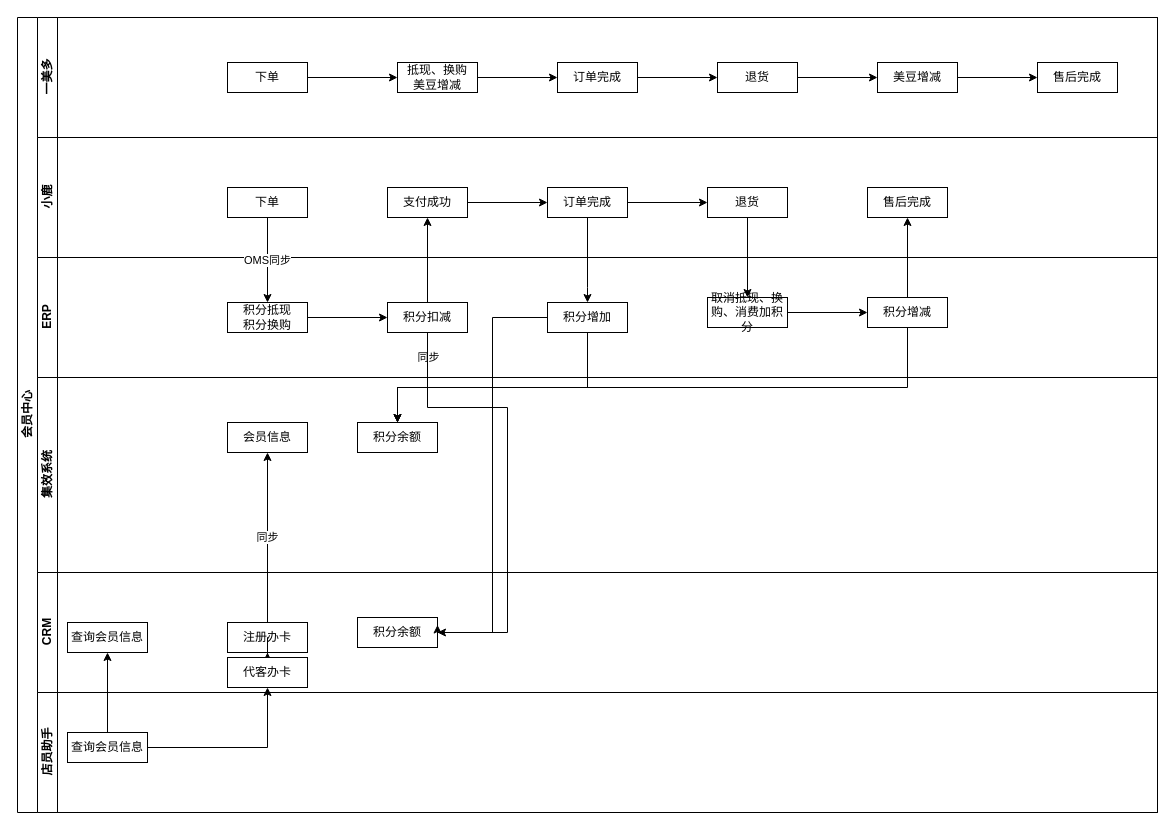
This is page "Page-1" (1 of 2) of 会员.drawio from JustDoItHilary/HilarysTraining, a draw.io file, before an edit. Source tidied: cells renumbered, new cells numbered last; positions are measured from the earlier drawing's top-left corner, leaving out a move shared by most shapes. Both pictures are drawn from the tidied source at 100%, with x=0, y=0 at pixel (17, 17).
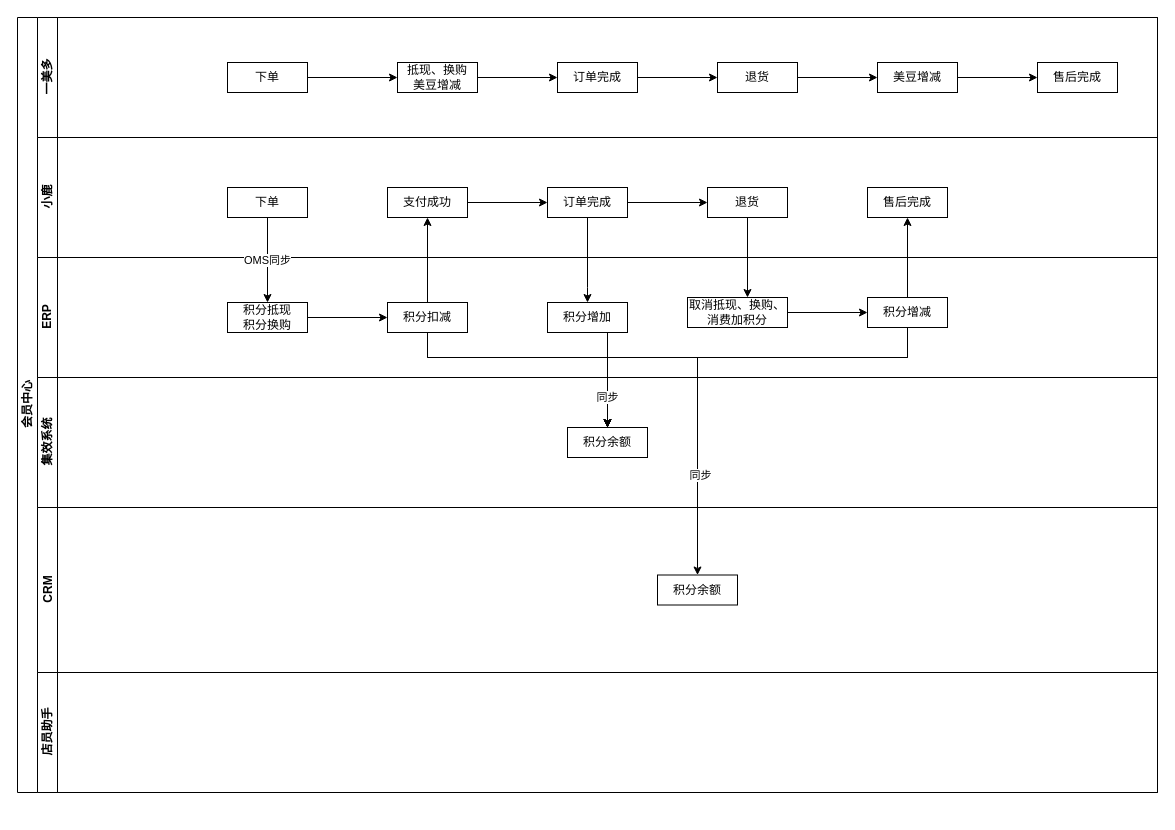
The same page after the edit.

Unchanged cells that the change refers to:
```xml
<mxCell id="7" value="支付成功" style="rounded=0;whiteSpace=wrap;html=1;" parent="5" vertex="1">
  <mxGeometry x="350" y="50" width="80" height="30" as="geometry" />
</mxCell>
<mxCell id="8" value="ERP" style="swimlane;html=1;startSize=20;horizontal=0;" parent="2" vertex="1">
  <mxGeometry x="20" y="240" width="1120" height="120" as="geometry" />
</mxCell>
<mxCell id="10" value="积分扣减" style="rounded=0;whiteSpace=wrap;html=1;" parent="8" vertex="1">
  <mxGeometry x="350" y="45" width="80" height="30" as="geometry" />
</mxCell>
<mxCell id="49" value="退货" style="rounded=0;whiteSpace=wrap;html=1;" parent="1" vertex="1">
  <mxGeometry x="690" y="170" width="80" height="30" as="geometry" />
</mxCell>
<mxCell id="54" value="积分增减" style="rounded=0;whiteSpace=wrap;html=1;" parent="1" vertex="1">
  <mxGeometry x="850" y="280" width="80" height="30" as="geometry" />
</mxCell>
```

The edit, as a diff of the source:
```diff
@@
     <mxCell id="2" value="会员中心" style="swimlane;html=1;horizontal=0;startSize=20;" parent="1" vertex="1">
-      <mxGeometry width="1140" height="795" as="geometry" />
+      <mxGeometry width="1140" height="775" as="geometry" />
     </mxCell>
@@
+    <mxCell id="12" value="积分增加" style="rounded=0;whiteSpace=wrap;html=1;" parent="8" vertex="1">
+      <mxGeometry x="510" y="45" width="80" height="30" as="geometry" />
+    </mxCell>
@@
-    <mxCell id="12" value="积分增加" style="rounded=0;whiteSpace=wrap;html=1;" parent="8" vertex="1">
-      <mxGeometry x="510" y="45" width="80" height="30" as="geometry" />
-    </mxCell>
     <mxCell id="13" value="集效系统" style="swimlane;html=1;startSize=20;horizontal=0;" parent="2" vertex="1">
-      <mxGeometry x="20" y="360" width="1120" height="195" as="geometry" />
+      <mxGeometry x="20" y="360" width="1120" height="130" as="geometry" />
     </mxCell>
     <mxCell id="14" value="积分余额" style="rounded=0;whiteSpace=wrap;html=1;" parent="13" vertex="1">
-      <mxGeometry x="320" y="45" width="80" height="30" as="geometry" />
+      <mxGeometry x="530" y="50" width="80" height="30" as="geometry" />
     </mxCell>
-    <mxCell id="15" value="会员信息" style="rounded=0;whiteSpace=wrap;html=1;" parent="13" vertex="1">
-      <mxGeometry x="190" y="45" width="80" height="30" as="geometry" />
-    </mxCell>
     <mxCell id="16" value="CRM" style="swimlane;html=1;startSize=20;horizontal=0;" parent="2" vertex="1">
-      <mxGeometry x="20" y="555" width="1120" height="120" as="geometry" />
+      <mxGeometry x="20" y="490" width="1120" height="165" as="geometry" />
     </mxCell>
     <mxCell id="17" value="积分余额" style="rounded=0;whiteSpace=wrap;html=1;" parent="16" vertex="1">
-      <mxGeometry x="320" y="45" width="80" height="30" as="geometry" />
+      <mxGeometry x="620" y="67.5" width="80" height="30" as="geometry" />
     </mxCell>
-    <mxCell id="18" value="查询会员信息" style="rounded=0;whiteSpace=wrap;html=1;" parent="16" vertex="1">
-      <mxGeometry x="30" y="50" width="80" height="30" as="geometry" />
-    </mxCell>
-    <mxCell id="19" value="注册办卡" style="rounded=0;whiteSpace=wrap;html=1;" parent="16" vertex="1">
-      <mxGeometry x="190" y="50" width="80" height="30" as="geometry" />
-    </mxCell>
     <mxCell id="20" value="店员助手" style="swimlane;html=1;startSize=20;horizontal=0;" parent="2" vertex="1">
-      <mxGeometry x="20" y="675" width="1120" height="120" as="geometry" />
+      <mxGeometry x="20" y="655" width="1120" height="120" as="geometry" />
     </mxCell>
-    <mxCell id="21" value="查询会员信息" style="rounded=0;whiteSpace=wrap;html=1;" parent="20" vertex="1">
-      <mxGeometry x="30" y="40" width="80" height="30" as="geometry" />
-    </mxCell>
@@
-    <mxCell id="23" style="edgeStyle=orthogonalEdgeStyle;rounded=0;jettySize=auto;html=1;" parent="2" edge="1" source="21" target="18">
-      <mxGeometry relative="1" as="geometry" />
-    </mxCell>
-    <mxCell id="24" value="同步" style="edgeStyle=orthogonalEdgeStyle;rounded=0;jettySize=auto;html=1;" parent="2" edge="1" source="19" target="15">
-      <mxGeometry relative="1" as="geometry" />
-    </mxCell>
+    <mxCell id="27" style="edgeStyle=orthogonalEdgeStyle;rounded=0;jettySize=auto;html=1;" parent="2" edge="1" source="10" target="7">
+      <mxGeometry relative="1" as="geometry" />
+    </mxCell>
-    <mxCell id="25" style="edgeStyle=orthogonalEdgeStyle;rounded=0;jettySize=auto;html=1;exitX=0.5;exitY=1;exitDx=0;exitDy=0;" parent="2" edge="1" source="10" target="14">
+    <mxCell id="25" style="edgeStyle=orthogonalEdgeStyle;rounded=0;jettySize=auto;html=1;entryX=0.5;entryY=0;entryDx=0;entryDy=0;" parent="2" edge="1" source="10" target="14">
       <mxGeometry relative="1" as="geometry">
         <Array as="points">
-          <mxPoint x="410" y="370" />
-          <mxPoint x="380" y="370" />
+          <mxPoint x="410" y="340" />
+          <mxPoint x="590" y="340" />
         </Array>
       </mxGeometry>
     </mxCell>
-    <mxCell id="26" value="同步" style="edgeLabel;html=1;align=center;verticalAlign=middle;" parent="25" vertex="1">
-      <mxGeometry x="-0.13" y="2" relative="1" as="geometry">
-        <mxPoint x="-2" y="-27.4" as="offset" />
-      </mxGeometry>
-    </mxCell>
-    <mxCell id="27" style="edgeStyle=orthogonalEdgeStyle;rounded=0;jettySize=auto;html=1;" parent="2" edge="1" source="10" target="7">
-      <mxGeometry relative="1" as="geometry" />
-    </mxCell>
-    <mxCell id="28" style="edgeStyle=orthogonalEdgeStyle;rounded=0;jettySize=auto;html=1;entryX=0.5;entryY=0;entryDx=0;entryDy=0;" parent="2" edge="1" source="12" target="14">
+    <mxCell id="28" style="edgeStyle=orthogonalEdgeStyle;rounded=0;jettySize=auto;html=1;exitX=0.5;exitY=1;exitDx=0;exitDy=0;entryX=0.5;entryY=0;entryDx=0;entryDy=0;" parent="2" edge="1" source="12" target="14">
       <mxGeometry relative="1" as="geometry">
         <Array as="points">
-          <mxPoint x="570" y="370" />
-          <mxPoint x="380" y="370" />
+          <mxPoint x="590" y="315" />
         </Array>
       </mxGeometry>
     </mxCell>
-    <mxCell id="29" style="edgeStyle=orthogonalEdgeStyle;rounded=0;jettySize=auto;html=1;entryX=1;entryY=0.5;entryDx=0;entryDy=0;" parent="2" edge="1" source="10" target="17">
-      <mxGeometry relative="1" as="geometry">
-        <Array as="points">
-          <mxPoint x="410" y="390" />
-          <mxPoint x="490" y="390" />
-          <mxPoint x="490" y="615" />
-        </Array>
-      </mxGeometry>
-    </mxCell>
-    <mxCell id="30" style="edgeStyle=orthogonalEdgeStyle;rounded=0;jettySize=auto;html=1;entryX=1;entryY=0.25;entryDx=0;entryDy=0;" parent="2" edge="1" source="12" target="17">
-      <mxGeometry relative="1" as="geometry">
-        <Array as="points">
-          <mxPoint x="475" y="300" />
-          <mxPoint x="475" y="615" />
-          <mxPoint x="420" y="615" />
-        </Array>
-      </mxGeometry>
-    </mxCell>
-    <mxCell id="31" style="edgeStyle=orthogonalEdgeStyle;rounded=0;jettySize=auto;html=1;" parent="1" edge="1" source="32" target="19">
-      <mxGeometry relative="1" as="geometry" />
-    </mxCell>
-    <mxCell id="32" value="代客办卡" style="rounded=0;whiteSpace=wrap;html=1;" parent="1" vertex="1">
-      <mxGeometry x="210" y="640" width="80" height="30" as="geometry" />
-    </mxCell>
-    <mxCell id="33" style="edgeStyle=orthogonalEdgeStyle;rounded=0;jettySize=auto;html=1;" parent="1" edge="1" source="21" target="32">
-      <mxGeometry relative="1" as="geometry" />
-    </mxCell>
@@
     <mxCell id="48" style="edgeStyle=orthogonalEdgeStyle;rounded=0;jettySize=auto;html=1;" parent="1" edge="1" source="49" target="51">
-      <mxGeometry relative="1" as="geometry" />
+      <mxGeometry relative="1" as="geometry">
+        <Array as="points">
+          <mxPoint x="730" y="240" />
+          <mxPoint x="730" y="240" />
+        </Array>
+      </mxGeometry>
     </mxCell>
@@
     <mxCell id="51" value="取消抵现、换购、消费加积分" style="rounded=0;whiteSpace=wrap;html=1;" parent="1" vertex="1">
-      <mxGeometry x="690" y="280" width="80" height="30" as="geometry" />
+      <mxGeometry x="670" y="280" width="100" height="30" as="geometry" />
     </mxCell>
@@
-    <mxCell id="53" style="edgeStyle=orthogonalEdgeStyle;rounded=0;jettySize=auto;html=1;entryX=0.5;entryY=0;entryDx=0;entryDy=0;" parent="1" edge="1" source="54" target="14">
+    <mxCell id="53" style="edgeStyle=orthogonalEdgeStyle;rounded=0;jettySize=auto;html=1;exitX=0.5;exitY=1;exitDx=0;exitDy=0;entryX=0.5;entryY=0;entryDx=0;entryDy=0;" parent="1" edge="1" source="54" target="14">
       <mxGeometry relative="1" as="geometry">
         <Array as="points">
-          <mxPoint x="890" y="370" />
-          <mxPoint x="380" y="370" />
+          <mxPoint x="890" y="340" />
+          <mxPoint x="590" y="340" />
         </Array>
       </mxGeometry>
     </mxCell>
@@
+    <mxCell id="56" style="edgeStyle=orthogonalEdgeStyle;rounded=0;orthogonalLoop=1;jettySize=auto;html=1;entryX=0.5;entryY=0;entryDx=0;entryDy=0;" parent="1" edge="1">
+      <mxGeometry relative="1" as="geometry">
+        <mxPoint x="410" y="315" as="sourcePoint" />
+        <mxPoint x="590" y="410" as="targetPoint" />
+        <Array as="points">
+          <mxPoint x="410" y="340" />
+          <mxPoint x="590" y="340" />
+        </Array>
+      </mxGeometry>
+    </mxCell>
+    <mxCell id="57" style="edgeStyle=orthogonalEdgeStyle;rounded=0;orthogonalLoop=1;jettySize=auto;html=1;exitX=0.5;exitY=1;exitDx=0;exitDy=0;entryX=0.5;entryY=0;entryDx=0;entryDy=0;" parent="1" edge="1">
+      <mxGeometry relative="1" as="geometry">
+        <mxPoint x="570" y="315" as="sourcePoint" />
+        <mxPoint x="590" y="410" as="targetPoint" />
+        <Array as="points">
+          <mxPoint x="590" y="315" />
+        </Array>
+      </mxGeometry>
+    </mxCell>
+    <mxCell id="58" value="同步" style="edgeLabel;html=1;align=center;verticalAlign=middle;" parent="57" vertex="1">
+      <mxGeometry x="0.48" y="-1" relative="1" as="geometry">
+        <mxPoint y="-1" as="offset" />
+      </mxGeometry>
+    </mxCell>
+    <mxCell id="59" style="edgeStyle=orthogonalEdgeStyle;rounded=0;jettySize=auto;html=1;exitX=0.5;exitY=1;exitDx=0;exitDy=0;entryX=0.5;entryY=0;entryDx=0;entryDy=0;" parent="1" edge="1" target="17">
+      <mxGeometry relative="1" as="geometry">
+        <mxPoint x="890" y="310" as="sourcePoint" />
+        <Array as="points">
+          <mxPoint x="890" y="340" />
+          <mxPoint x="680" y="340" />
+        </Array>
+      </mxGeometry>
+    </mxCell>
+    <mxCell id="60" value="同步" style="edgeLabel;html=1;align=center;verticalAlign=middle;" parent="59" vertex="1">
+      <mxGeometry x="0.56" y="2" relative="1" as="geometry" />
+    </mxCell>
```
